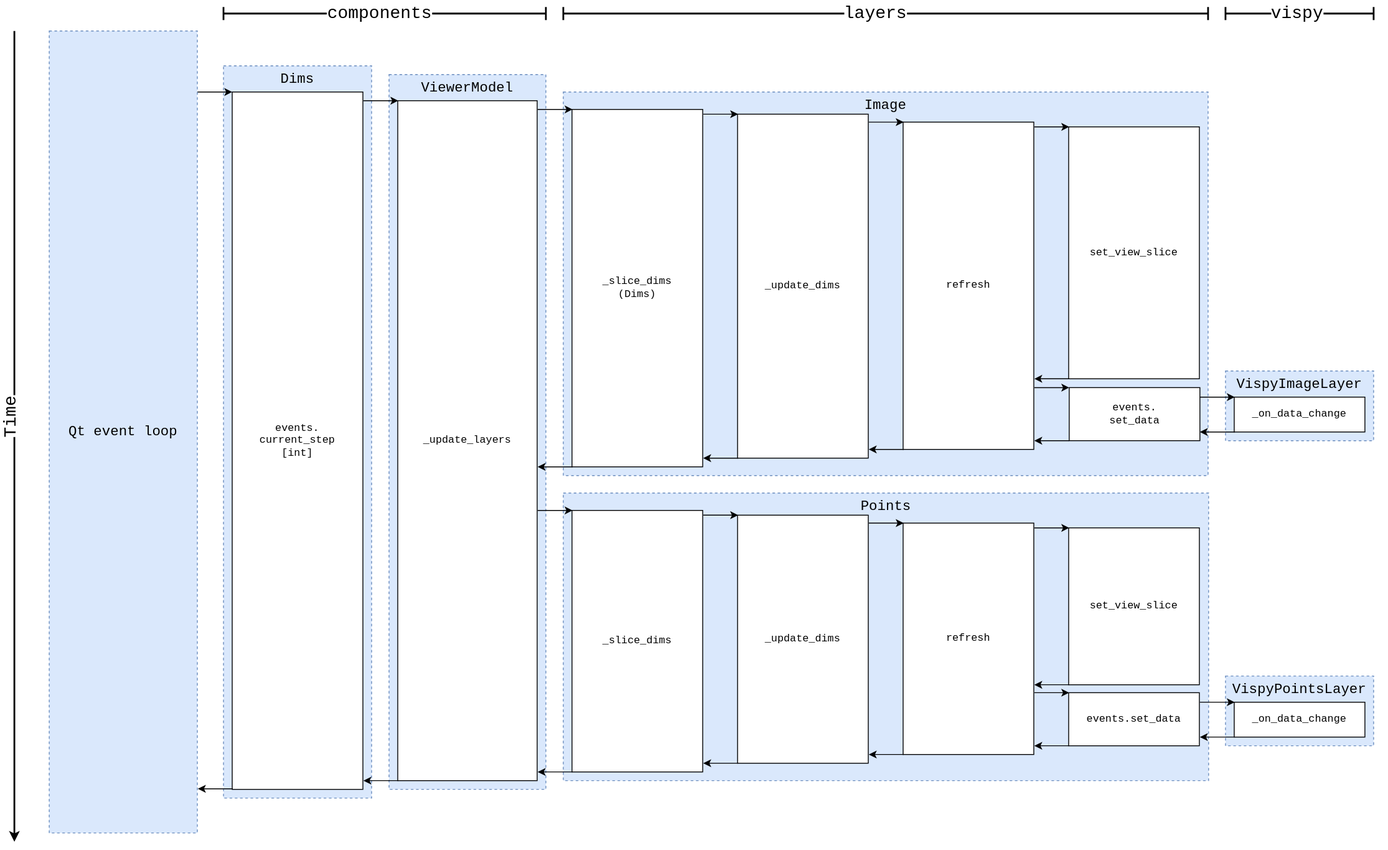
Earlier version of the draw.io export napari-slicing-sync-calls.drawio.svg (andy-sweet/napari-diagrams). Source tidied: cells renumbered, new cells last; positions are measured from the earlier drawing's top-left corner, leaving out a move shared by most shapes.
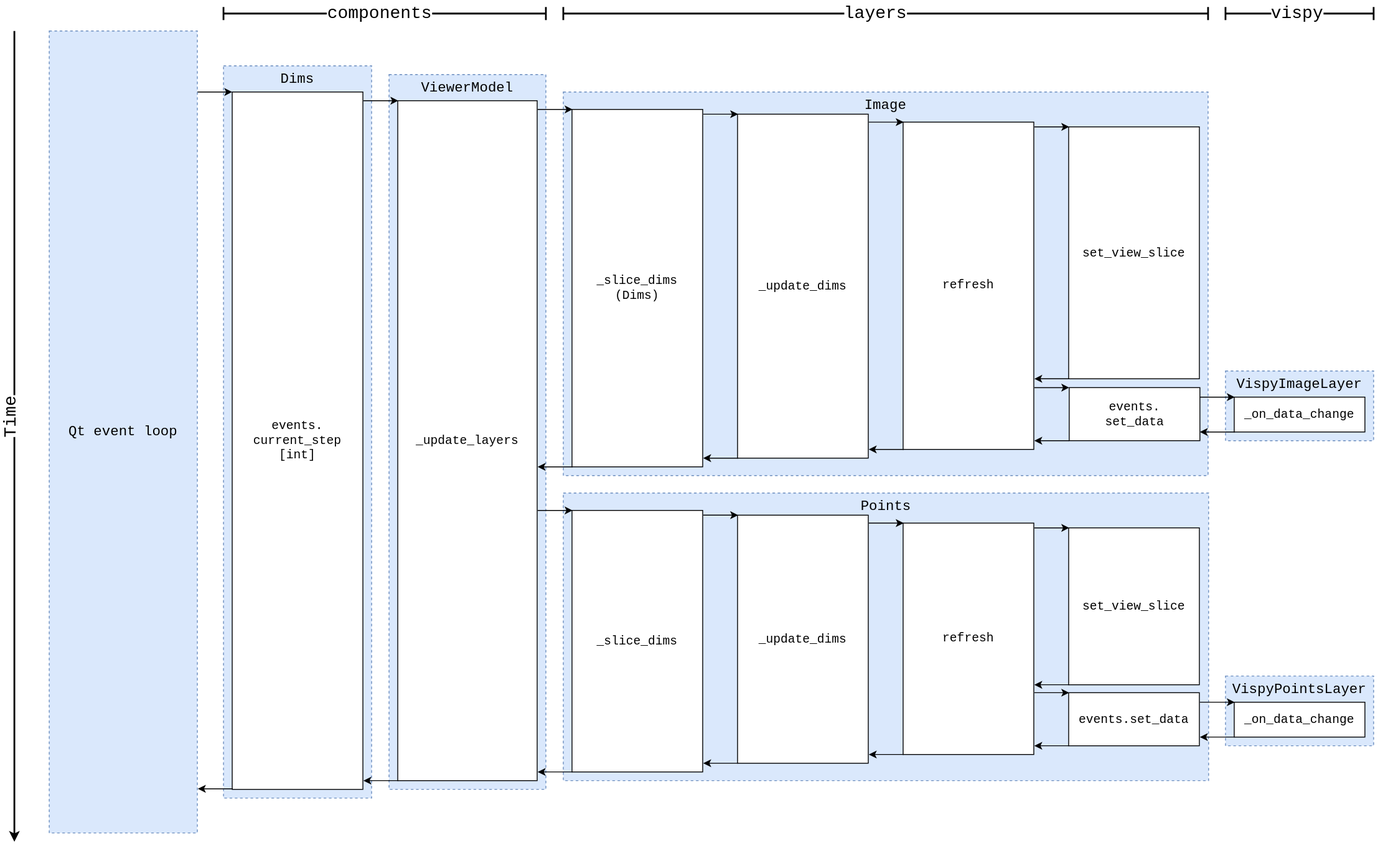
After the commit.

The edit, as a diff of the source:
```diff
@@ -11,31 +11,31 @@
     <mxCell id="4" value="ViewerModel" style="rounded=0;whiteSpace=wrap;html=1;verticalAlign=top;align=center;spacingLeft=0;spacingTop=0;dashed=1;fillColor=#dae8fc;strokeColor=#6c8ebf;fontSize=16;fontFamily=Courier New;" parent="1" vertex="1">
       <mxGeometry x="430" y="70" width="180" height="820" as="geometry" />
     </mxCell>
-    <mxCell id="5" value="_update_layers" style="rounded=0;whiteSpace=wrap;html=1;fontSize=12;fontFamily=Courier New;" parent="1" vertex="1">
+    <mxCell id="5" value="_update_layers" style="rounded=0;whiteSpace=wrap;html=1;fontSize=14;fontFamily=Courier New;" parent="1" vertex="1">
       <mxGeometry x="440" y="100" width="160" height="780" as="geometry" />
     </mxCell>
     <mxCell id="6" value="Dims" style="rounded=0;whiteSpace=wrap;html=1;verticalAlign=top;align=center;spacingLeft=0;spacingTop=0;dashed=1;fillColor=#dae8fc;strokeColor=#6c8ebf;fontSize=16;fontFamily=Courier New;" parent="1" vertex="1">
       <mxGeometry x="240" y="60" width="170" height="840" as="geometry" />
     </mxCell>
-    <mxCell id="7" value="events.&lt;br style=&quot;font-size: 12px;&quot;&gt;current_step&lt;br style=&quot;font-size: 12px;&quot;&gt;[int]" style="rounded=0;whiteSpace=wrap;html=1;fontSize=12;fontFamily=Courier New;" parent="1" vertex="1">
+    <mxCell id="7" value="events.&lt;br style=&quot;font-size: 14px;&quot;&gt;current_step&lt;br style=&quot;font-size: 14px;&quot;&gt;[int]" style="rounded=0;whiteSpace=wrap;html=1;fontSize=14;fontFamily=Courier New;" parent="1" vertex="1">
       <mxGeometry x="250" y="90" width="150" height="800" as="geometry" />
     </mxCell>
     <mxCell id="8" value="Image" style="rounded=0;whiteSpace=wrap;html=1;verticalAlign=top;align=center;spacingLeft=0;spacingTop=0;dashed=1;fillColor=#dae8fc;strokeColor=#6c8ebf;fontSize=16;fontFamily=Courier New;" parent="1" vertex="1">
       <mxGeometry x="630" y="90" width="740" height="440" as="geometry" />
     </mxCell>
-    <mxCell id="9" value="_slice_dims&lt;br&gt;(Dims)" style="rounded=0;whiteSpace=wrap;html=1;fontSize=12;fontFamily=Courier New;" parent="1" vertex="1">
+    <mxCell id="9" value="_slice_dims&lt;br style=&quot;font-size: 14px;&quot;&gt;(Dims)" style="rounded=0;whiteSpace=wrap;html=1;fontSize=14;fontFamily=Courier New;" parent="1" vertex="1">
       <mxGeometry x="640" y="110" width="150" height="410" as="geometry" />
     </mxCell>
-    <mxCell id="10" value="_update_dims" style="rounded=0;whiteSpace=wrap;html=1;fontSize=12;fontFamily=Courier New;" parent="1" vertex="1">
+    <mxCell id="10" value="_update_dims" style="rounded=0;whiteSpace=wrap;html=1;fontSize=14;fontFamily=Courier New;" parent="1" vertex="1">
       <mxGeometry x="830" y="115.4" width="150" height="394.6" as="geometry" />
     </mxCell>
-    <mxCell id="11" value="refresh" style="rounded=0;whiteSpace=wrap;html=1;fontSize=12;fontFamily=Courier New;" parent="1" vertex="1">
+    <mxCell id="11" value="refresh" style="rounded=0;whiteSpace=wrap;html=1;fontSize=14;fontFamily=Courier New;" parent="1" vertex="1">
       <mxGeometry x="1020" y="124.5" width="150" height="375.5" as="geometry" />
     </mxCell>
-    <mxCell id="12" value="set_view_slice" style="rounded=0;whiteSpace=wrap;html=1;fontSize=12;fontFamily=Courier New;" parent="1" vertex="1">
+    <mxCell id="12" value="set_view_slice" style="rounded=0;whiteSpace=wrap;html=1;fontSize=14;fontFamily=Courier New;" parent="1" vertex="1">
       <mxGeometry x="1210" y="130" width="150" height="289" as="geometry" />
     </mxCell>
-    <mxCell id="13" value="events.&lt;br&gt;set_data" style="rounded=0;whiteSpace=wrap;html=1;fontSize=12;fontFamily=Courier New;" parent="1" vertex="1">
+    <mxCell id="13" value="events.&lt;br style=&quot;font-size: 14px;&quot;&gt;set_data" style="rounded=0;whiteSpace=wrap;html=1;fontSize=14;fontFamily=Courier New;" parent="1" vertex="1">
       <mxGeometry x="1210.6" y="429.1" width="150" height="60.9" as="geometry" />
     </mxCell>
     <mxCell id="14" style="endArrow=classic;html=1;rounded=0;fontFamily=Courier New;" parent="1" edge="1">
@@ -137,19 +137,19 @@
     <mxCell id="30" value="Points" style="rounded=0;whiteSpace=wrap;html=1;verticalAlign=top;align=center;spacingLeft=0;spacingTop=0;dashed=1;fillColor=#dae8fc;strokeColor=#6c8ebf;fontSize=16;fontFamily=Courier New;" parent="1" vertex="1">
       <mxGeometry x="630" y="550" width="740.6" height="330" as="geometry" />
     </mxCell>
-    <mxCell id="31" value="_slice_dims" style="rounded=0;whiteSpace=wrap;html=1;fontSize=12;fontFamily=Courier New;" parent="1" vertex="1">
+    <mxCell id="31" value="_slice_dims" style="rounded=0;whiteSpace=wrap;html=1;fontSize=14;fontFamily=Courier New;" parent="1" vertex="1">
       <mxGeometry x="640" y="570" width="150" height="300" as="geometry" />
     </mxCell>
-    <mxCell id="32" value="_update_dims" style="rounded=0;whiteSpace=wrap;html=1;fontSize=12;fontFamily=Courier New;" parent="1" vertex="1">
+    <mxCell id="32" value="_update_dims" style="rounded=0;whiteSpace=wrap;html=1;fontSize=14;fontFamily=Courier New;" parent="1" vertex="1">
       <mxGeometry x="830" y="575.5" width="150" height="284.6" as="geometry" />
     </mxCell>
-    <mxCell id="33" value="refresh" style="rounded=0;whiteSpace=wrap;html=1;fontSize=12;fontFamily=Courier New;" parent="1" vertex="1">
+    <mxCell id="33" value="refresh" style="rounded=0;whiteSpace=wrap;html=1;fontSize=14;fontFamily=Courier New;" parent="1" vertex="1">
       <mxGeometry x="1020" y="584.5" width="150" height="265.5" as="geometry" />
     </mxCell>
-    <mxCell id="34" value="set_view_slice" style="rounded=0;whiteSpace=wrap;html=1;fontSize=12;fontFamily=Courier New;" parent="1" vertex="1">
+    <mxCell id="34" value="set_view_slice" style="rounded=0;whiteSpace=wrap;html=1;fontSize=14;fontFamily=Courier New;" parent="1" vertex="1">
       <mxGeometry x="1210" y="590" width="150" height="180" as="geometry" />
     </mxCell>
-    <mxCell id="35" value="events.set_data" style="rounded=0;whiteSpace=wrap;html=1;fontSize=12;fontFamily=Courier New;" parent="1" vertex="1">
+    <mxCell id="35" value="events.set_data" style="rounded=0;whiteSpace=wrap;html=1;fontSize=14;fontFamily=Courier New;" parent="1" vertex="1">
       <mxGeometry x="1210" y="779.1" width="150" height="60.9" as="geometry" />
     </mxCell>
     <mxCell id="36" style="endArrow=classic;html=1;rounded=0;fontFamily=Courier New;" parent="1" edge="1">
@@ -224,10 +224,10 @@
         <mxPoint x="640.6" y="570" as="targetPoint" />
       </mxGeometry>
     </mxCell>
-    <mxCell id="48" value="_on_data_change" style="rounded=0;whiteSpace=wrap;html=1;fontSize=12;fontFamily=Courier New;" parent="1" vertex="1">
+    <mxCell id="48" value="_on_data_change" style="rounded=0;whiteSpace=wrap;html=1;fontSize=14;fontFamily=Courier New;" parent="1" vertex="1">
       <mxGeometry x="1400" y="440" width="150" height="40" as="geometry" />
     </mxCell>
-    <mxCell id="49" value="_on_data_change" style="rounded=0;whiteSpace=wrap;html=1;fontSize=12;fontFamily=Courier New;" parent="1" vertex="1">
+    <mxCell id="49" value="_on_data_change" style="rounded=0;whiteSpace=wrap;html=1;fontSize=14;fontFamily=Courier New;" parent="1" vertex="1">
       <mxGeometry x="1400" y="790" width="150" height="40" as="geometry" />
     </mxCell>
     <mxCell id="50" style="endArrow=classic;html=1;rounded=0;fontSize=20;strokeWidth=2;fontFamily=Courier New;" parent="1" edge="1">
```
